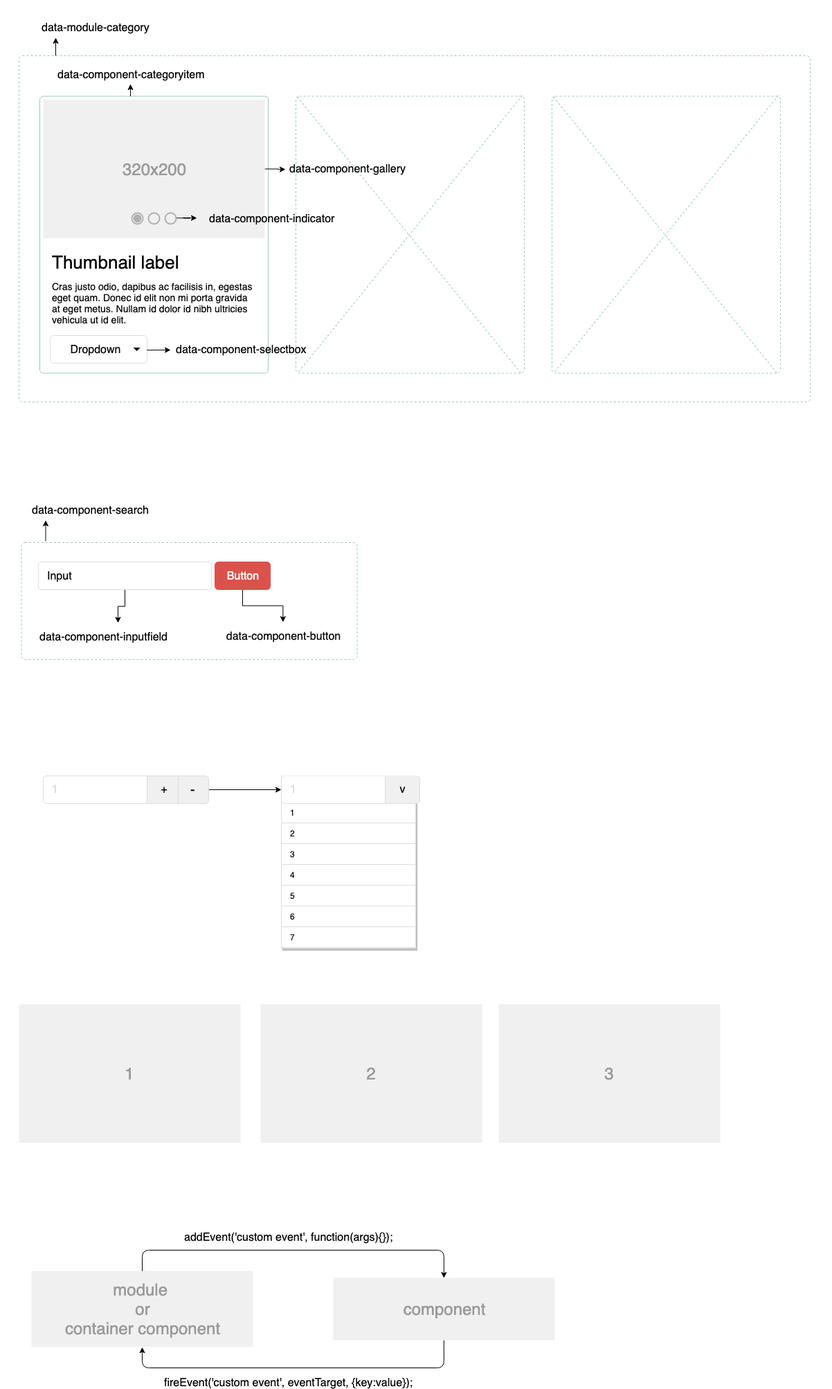
Before: diagram/event-cycle.png, a diagram exported from draw.io (leejunho84/scalableJavascriptApp-typescript). Source tidied: cells renumbered, new cells last; positions are measured from the earlier drawing's top-left corner, leaving out a move shared by most shapes.
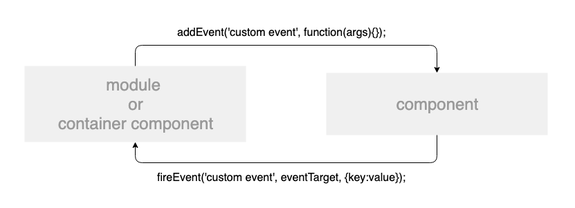
Later version of the same file.

Change to the diagram source:
```diff
@@ -1,228 +1,13 @@
 <mxGraphModel background="#ffffff">
   <root>
-    <mxCell id="0" style="html=1;" />
+    <mxCell id="0" />
-    <mxCell id="1" style="html=1;" parent="0" />
+    <mxCell id="1" parent="0" />
-    <mxCell id="2" style="html=1;shadow=0;dashed=1;shape=mxgraph.bootstrap.rrect;fillColor=#ffffff;rSize=5;strokeColor=none;fontSize=16;fontColor=#000000;" parent="1" vertex="1">
-      <mxGeometry x="10" y="1041" width="1130" height="360" as="geometry" />
-    </mxCell>
-    <mxCell id="3" style="html=1;shadow=0;dashed=0;shape=mxgraph.bootstrap.rect;fillColor=#ffffff;strokeColor=#dddddd;spacingLeft=10;shadow=1;align=left;verticalAlign=top;spacingTop=3;perimeter=none;fontSize=20;" parent="1" vertex="1">
-      <mxGeometry x="406" y="1110" width="194" height="259" as="geometry" />
-    </mxCell>
-    <mxCell id="4" value="Search..." style="html=1;shadow=0;dashed=0;shape=mxgraph.bootstrap.rrect;rSize=5;strokeColor=#dddddd;spacingLeft=10;align=left;fontColor=#dddddd;whiteSpace=wrap;" parent="3" vertex="1">
-      <mxGeometry width="181.07" height="30" relative="1" as="geometry">
-        <mxPoint x="10" y="9" as="offset" />
-      </mxGeometry>
-    </mxCell>
-    <mxCell id="5" value="1" style="html=1;shadow=0;dashed=0;shape=mxgraph.bootstrap.rect;strokeColor=#dddddd;spacingLeft=10;align=left;fillColor=none;perimeter=none;whiteSpace=wrap;" parent="3" vertex="1">
-      <mxGeometry width="194" height="30" relative="1" as="geometry">
-        <mxPoint y="48" as="offset" />
-      </mxGeometry>
-    </mxCell>
-    <mxCell id="6" value="2" style="html=1;shadow=0;dashed=0;shape=mxgraph.bootstrap.rect;strokeColor=#dddddd;spacingLeft=10;align=left;fontStyle=0;fillColor=none;perimeter=none;whiteSpace=wrap;" parent="3" vertex="1">
-      <mxGeometry width="194" height="30" relative="1" as="geometry">
-        <mxPoint y="78" as="offset" />
-      </mxGeometry>
-    </mxCell>
-    <mxCell id="7" value="3" style="html=1;shadow=0;dashed=0;shape=mxgraph.bootstrap.rect;strokeColor=#dddddd;spacingLeft=10;align=left;fillColor=none;perimeter=none;whiteSpace=wrap;" parent="3" vertex="1">
-      <mxGeometry width="194" height="30" relative="1" as="geometry">
-        <mxPoint y="108" as="offset" />
-      </mxGeometry>
-    </mxCell>
-    <mxCell id="8" value="4" style="html=1;shadow=0;dashed=0;shape=mxgraph.bootstrap.rect;strokeColor=#dddddd;spacingLeft=10;align=left;fillColor=none;perimeter=none;whiteSpace=wrap;" parent="3" vertex="1">
-      <mxGeometry width="194" height="30" relative="1" as="geometry">
-        <mxPoint y="138" as="offset" />
-      </mxGeometry>
-    </mxCell>
-    <mxCell id="9" value="5" style="html=1;shadow=0;dashed=0;shape=mxgraph.bootstrap.rect;strokeColor=#dddddd;spacingLeft=10;align=left;fillColor=none;perimeter=none;whiteSpace=wrap;" parent="3" vertex="1">
-      <mxGeometry width="194" height="30" relative="1" as="geometry">
-        <mxPoint y="168" as="offset" />
-      </mxGeometry>
-    </mxCell>
-    <mxCell id="10" value="6" style="html=1;shadow=0;dashed=0;shape=mxgraph.bootstrap.rect;strokeColor=#dddddd;spacingLeft=10;align=left;fillColor=none;perimeter=none;whiteSpace=wrap;" parent="3" vertex="1">
-      <mxGeometry width="194" height="30" relative="1" as="geometry">
-        <mxPoint y="198" as="offset" />
-      </mxGeometry>
-    </mxCell>
-    <mxCell id="11" value="7" style="html=1;shadow=0;dashed=0;shape=mxgraph.bootstrap.rect;strokeColor=#dddddd;spacingLeft=10;align=left;fillColor=none;perimeter=none;whiteSpace=wrap;" parent="3" vertex="1">
-      <mxGeometry width="194" height="30" relative="1" as="geometry">
-        <mxPoint y="228" as="offset" />
-      </mxGeometry>
-    </mxCell>
-    <mxCell id="12" style="html=1;shadow=0;dashed=1;shape=mxgraph.bootstrap.rrect;fillColor=#ffffff;rSize=5;strokeColor=none;fontSize=16;fontColor=#000000;" parent="1" vertex="1">
-      <mxGeometry y="700" width="560" height="290" as="geometry" />
-    </mxCell>
-    <mxCell id="13" style="html=1;shadow=0;dashed=1;shape=mxgraph.bootstrap.rrect;fillColor=#ffffff;rSize=5;strokeColor=none;fontSize=16;fontColor=#000000;" parent="1" vertex="1">
-      <mxGeometry width="1200" height="610" as="geometry" />
-    </mxCell>
-    <mxCell id="14" style="html=1;shadow=0;dashed=1;shape=mxgraph.bootstrap.rrect;fillColor=none;rSize=5;strokeColor=#9AC7BF;fontSize=16;fontColor=#000000;" parent="1" vertex="1">
-      <mxGeometry x="27" y="80" width="1143" height="500" as="geometry" />
-    </mxCell>
-    <mxCell id="15" value="data-module-category" style="html=1;shadow=0;dashed=0;shape=mxgraph.bootstrap.rrect;fillColor=none;rSize=5;strokeColor=none;fontSize=16;fontColor=#000000;" parent="1" vertex="1">
-      <mxGeometry x="38" y="24" width="200" height="30" as="geometry" />
-    </mxCell>
-    <mxCell id="16" style="html=1;shadow=0;dashed=1;shape=mxgraph.bootstrap.rrect;fillColor=#ffffff;rSize=5;strokeColor=#9AC7BF;fontSize=16;fontColor=#000000;" parent="1" vertex="1">
-      <mxGeometry x="427" y="138.5" width="330" height="400" as="geometry" />
-    </mxCell>
-    <mxCell id="17" style="line;strokeWidth=1;direction=south;html=1;fillColor=#ffffff;fontSize=16;fontColor=#000000;rotation=-39;strokeColor=#9AC7BF;dashed=1;" parent="1" vertex="1">
-      <mxGeometry x="586" y="82" width="10" height="515" as="geometry" />
-    </mxCell>
-    <mxCell id="18" style="edgeStyle=orthogonalEdgeStyle;rounded=0;jettySize=auto;html=1;fontSize=23;fontColor=#E1D5E7;" parent="1" edge="1" source="19" target="20">
-      <mxGeometry relative="1" as="geometry" />
-    </mxCell>
-    <mxCell id="19" value="Button" style="html=1;shadow=0;dashed=0;shape=mxgraph.bootstrap.rrect;rSize=5;fillColor=#DB524C;align=center;strokeColor=#DB524C;fontColor=#ffffff;fontSize=16;whiteSpace=wrap;" parent="1" vertex="1">
-      <mxGeometry x="310" y="811" width="80" height="40" as="geometry" />
-    </mxCell>
-    <mxCell id="20" value="data-component-button" style="html=1;shadow=0;dashed=0;shape=mxgraph.bootstrap.rrect;rSize=5;fillColor=none;align=center;strokeColor=none;fontColor=#000000;fontSize=16;whiteSpace=wrap;" parent="1" vertex="1">
-      <mxGeometry x="311" y="898" width="195" height="40" as="geometry" />
-    </mxCell>
-    <mxCell id="21" style="edgeStyle=orthogonalEdgeStyle;rounded=0;jettySize=auto;html=1;fontSize=23;fontColor=#E1D5E7;" parent="1" edge="1" source="22" target="23">
-      <mxGeometry relative="1" as="geometry" />
-    </mxCell>
-    <mxCell id="22" value="Input" style="html=1;shadow=0;dashed=0;shape=mxgraph.bootstrap.rrect;rSize=5;fillColor=#ffffff;strokeColor=#dddddd;fontSize=16;align=left;spacingLeft=10;whiteSpace=wrap;" parent="1" vertex="1">
-      <mxGeometry x="55" y="811" width="250" height="40" as="geometry" />
-    </mxCell>
-    <mxCell id="23" value="data-component-inputfield" style="html=1;shadow=0;dashed=0;shape=mxgraph.bootstrap.rrect;rSize=5;fillColor=none;strokeColor=none;fontSize=16;align=left;spacingLeft=10;whiteSpace=wrap;" parent="1" vertex="1">
-      <mxGeometry x="45" y="899" width="250" height="40" as="geometry" />
-    </mxCell>
-    <mxCell id="24" style="html=1;shadow=0;dashed=0;shape=mxgraph.bootstrap.rrect;fillColor=#ffffff;rSize=5;strokeColor=#9AC7BF;fontSize=16;fontColor=#000000;" parent="1" vertex="1">
-      <mxGeometry x="57" y="138.5" width="330" height="400" as="geometry" />
-    </mxCell>
-    <mxCell id="25" style="edgeStyle=orthogonalEdgeStyle;rounded=0;jettySize=auto;html=1;fontSize=16;fontColor=#000000;" parent="24" edge="1" source="26">
-      <mxGeometry relative="1" as="geometry">
-        <mxPoint x="355" y="105.5" as="targetPoint" />
-      </mxGeometry>
-    </mxCell>
-    <mxCell id="26" value="320x200" style="shape=rect;fontSize=24;fillColor=#f0f0f0;strokeColor=none;fontColor=#999999;whiteSpace=wrap;" parent="24" vertex="1">
-      <mxGeometry x="5" y="5" width="320" height="200" as="geometry" />
-    </mxCell>
-    <mxCell id="27" value="Thumbnail label" style="html=1;shadow=0;dashed=0;shape=mxgraph.bootstrap.anchor;fontSize=26;align=left;whiteSpace=wrap;" parent="24" vertex="1">
-      <mxGeometry x="15" y="220" width="300" height="40" as="geometry" />
-    </mxCell>
-    <mxCell id="28" value="Cras justo odio, dapibus ac facilisis in, egestas eget quam. Donec id elit non mi porta gravida at eget metus. Nullam id dolor id nibh ultricies vehicula ut id elit." style="html=1;shadow=0;dashed=0;shape=mxgraph.bootstrap.anchor;strokeColor=#dddddd;whiteSpace=wrap;align=left;verticalAlign=top;fontSize=14;whiteSpace=wrap;" parent="24" vertex="1">
-      <mxGeometry x="15" y="260" width="300" height="80" as="geometry" />
-    </mxCell>
-    <mxCell id="29" style="shape=ellipse;labelPosition=right;align=left;strokeColor=none;fillColor=none;opacity=10;fontSize=16;fontColor=#000000;" parent="24" vertex="1">
-      <mxGeometry x="117" y="152" width="48" height="48" as="geometry" />
-    </mxCell>
-    <mxCell id="30" style="dashed=0;labelPosition=right;align=left;shape=mxgraph.gmdl.radiobutton;strokeColor=#B0B0B0;fillColor=#B0B0B0;strokeWidth=2;" parent="29" vertex="1">
-      <mxGeometry x="16" y="16" width="16" height="16" as="geometry" />
-    </mxCell>
-    <mxCell id="31" style="shape=ellipse;labelPosition=right;align=left;strokeColor=none;fillColor=none;opacity=10;fontSize=16;fontColor=#000000;" parent="24" vertex="1">
-      <mxGeometry x="141" y="152" width="48" height="48" as="geometry" />
-    </mxCell>
-    <mxCell id="32" style="dashed=0;labelPosition=right;align=left;shape=mxgraph.gmdl.radiobutton;strokeColor=#B0B0B0;fillColor=none;strokeWidth=2;" parent="31" vertex="1">
-      <mxGeometry x="16" y="16" width="16" height="16" as="geometry" />
-    </mxCell>
-    <mxCell id="33" style="shape=ellipse;labelPosition=right;align=left;strokeColor=none;fillColor=none;opacity=10;fontSize=16;fontColor=#000000;" parent="24" vertex="1">
-      <mxGeometry x="165" y="152" width="48" height="48" as="geometry" />
-    </mxCell>
-    <mxCell id="34" style="edgeStyle=orthogonalEdgeStyle;rounded=0;jettySize=auto;html=1;fontSize=16;fontColor=#000000;" parent="33" edge="1" source="35" target="36">
-      <mxGeometry relative="1" as="geometry" />
-    </mxCell>
-    <mxCell id="35" style="dashed=0;labelPosition=right;align=left;shape=mxgraph.gmdl.radiobutton;strokeColor=#B0B0B0;fillColor=none;strokeWidth=2;" parent="33" vertex="1">
-      <mxGeometry x="16" y="16" width="16" height="16" as="geometry" />
-    </mxCell>
-    <mxCell id="36" value="data-component-indicator" style="dashed=0;labelPosition=right;align=left;shape=mxgraph.gmdl.radiobutton;strokeColor=none;fillColor=none;strokeWidth=2;fontSize=16;" parent="33" vertex="1">
-      <mxGeometry x="62" y="16" width="16" height="16" as="geometry" />
-    </mxCell>
-    <mxCell id="37" value="Dropdown" style="html=1;shadow=0;dashed=0;shape=mxgraph.bootstrap.rrect;rSize=5;strokeColor=#dddddd;spacingRight=10;fontSize=16;whiteSpace=wrap;fillColor=#ffffff;align=center;" parent="24" vertex="1">
-      <mxGeometry x="15" y="345.5" width="140" height="40" as="geometry" />
-    </mxCell>
-    <mxCell id="38" style="shape=triangle;direction=south;fillColor=#000000;strokeColor=none;perimeter=none;" parent="37" vertex="1">
-      <mxGeometry x="1" y="0.5" width="10" height="5" relative="1" as="geometry">
-        <mxPoint x="-20" y="-2.5" as="offset" />
-      </mxGeometry>
-    </mxCell>
-    <mxCell id="39" value="data-component-categoryitem" style="html=1;shadow=0;dashed=0;shape=mxgraph.bootstrap.rrect;fillColor=none;rSize=5;strokeColor=none;fontSize=16;fontColor=#000000;" parent="1" vertex="1">
-      <mxGeometry x="71.5" y="94.5" width="235" height="25" as="geometry" />
-    </mxCell>
-    <mxCell id="40" value="data-component-gallery" style="html=1;shadow=0;dashed=0;shape=mxgraph.bootstrap.rrect;fillColor=none;rSize=5;strokeColor=none;fontSize=16;fontColor=#000000;" parent="1" vertex="1">
-      <mxGeometry x="403.5" y="231" width="197" height="25" as="geometry" />
-    </mxCell>
-    <mxCell id="41" value="data-component-selectbox" style="html=1;shadow=0;dashed=0;shape=mxgraph.bootstrap.rrect;fillColor=none;rSize=5;strokeColor=none;fontSize=16;fontColor=#000000;" parent="1" vertex="1">
-      <mxGeometry x="246" y="492" width="204" height="25" as="geometry" />
-    </mxCell>
-    <mxCell id="42" style="line;strokeWidth=1;direction=south;html=1;fillColor=#ffffff;fontSize=16;fontColor=#000000;rotation=39;strokeColor=#9AC7BF;dashed=1;" parent="1" vertex="1">
-      <mxGeometry x="587" y="80" width="10" height="515" as="geometry" />
-    </mxCell>
-    <mxCell id="43" style="endArrow=classic;html=1;fontSize=16;fontColor=#000000;" parent="1" edge="1">
-      <mxGeometry relative="1" as="geometry">
-        <mxPoint x="188" y="138.5" as="sourcePoint" />
-        <mxPoint x="188" y="121" as="targetPoint" />
-      </mxGeometry>
-    </mxCell>
-    <mxCell id="44" style="endArrow=classic;html=1;fontSize=16;fontColor=#000000;entryX=0.21;entryY=1.077;entryDx=0;entryDy=0;entryPerimeter=0;" parent="1" edge="1">
-      <mxGeometry relative="1" as="geometry">
-        <mxPoint x="80" y="80" as="sourcePoint" />
-        <mxPoint x="80" y="54" as="targetPoint" />
-      </mxGeometry>
-    </mxCell>
-    <mxCell id="45" style="html=1;shadow=0;dashed=1;shape=mxgraph.bootstrap.rrect;fillColor=none;rSize=5;strokeColor=#9AC7BF;fontSize=16;fontColor=#000000;" parent="1" vertex="1">
-      <mxGeometry x="30.5" y="783" width="485" height="169" as="geometry" />
-    </mxCell>
-    <mxCell id="46" value="data-component-search" style="html=1;shadow=0;dashed=0;shape=mxgraph.bootstrap.rrect;fillColor=none;rSize=5;strokeColor=none;fontSize=16;fontColor=#000000;" parent="1" vertex="1">
-      <mxGeometry x="28" y="720" width="205" height="32" as="geometry" />
-    </mxCell>
-    <mxCell id="47" style="endArrow=classic;html=1;fontSize=16;fontColor=#000000;" parent="1" edge="1">
-      <mxGeometry relative="1" as="geometry">
-        <mxPoint x="65.5" y="781" as="sourcePoint" />
-        <mxPoint x="65.5" y="751" as="targetPoint" />
-      </mxGeometry>
-    </mxCell>
-    <mxCell id="48" style="html=1;shadow=0;dashed=1;shape=mxgraph.bootstrap.rrect;fillColor=#ffffff;rSize=5;strokeColor=#9AC7BF;fontSize=16;fontColor=#000000;" parent="1" vertex="1">
-      <mxGeometry x="797" y="138.5" width="330" height="400" as="geometry" />
-    </mxCell>
-    <mxCell id="49" style="line;strokeWidth=1;direction=south;html=1;fillColor=#ffffff;fontSize=16;fontColor=#000000;rotation=-39;strokeColor=#9AC7BF;dashed=1;" parent="1" vertex="1">
-      <mxGeometry x="956" y="82" width="10" height="515" as="geometry" />
-    </mxCell>
-    <mxCell id="50" style="line;strokeWidth=1;direction=south;html=1;fillColor=#ffffff;fontSize=16;fontColor=#000000;rotation=39;strokeColor=#9AC7BF;dashed=1;" parent="1" vertex="1">
-      <mxGeometry x="957" y="80" width="10" height="515" as="geometry" />
-    </mxCell>
-    <mxCell id="51" value="1" style="shape=rect;fontSize=24;fillColor=#f0f0f0;strokeColor=none;fontColor=#999999;whiteSpace=wrap;" parent="1" vertex="1">
-      <mxGeometry x="27" y="1450" width="320" height="200" as="geometry" />
-    </mxCell>
-    <mxCell id="52" value="2" style="shape=rect;fontSize=24;fillColor=#f0f0f0;strokeColor=none;fontColor=#999999;whiteSpace=wrap;" parent="1" vertex="1">
-      <mxGeometry x="376" y="1450" width="320" height="200" as="geometry" />
-    </mxCell>
-    <mxCell id="53" value="3" style="shape=rect;fontSize=24;fillColor=#f0f0f0;strokeColor=none;fontColor=#999999;whiteSpace=wrap;" parent="1" vertex="1">
-      <mxGeometry x="720" y="1450" width="320" height="200" as="geometry" />
-    </mxCell>
-    <mxCell id="54" style="edgeStyle=orthogonalEdgeStyle;rounded=0;jettySize=auto;html=1;fontSize=20;" parent="1" edge="1" source="55" target="57">
-      <mxGeometry relative="1" as="geometry" />
-    </mxCell>
-    <mxCell id="55" value="1" style="html=1;shadow=0;dashed=0;shape=mxgraph.bootstrap.rrect;fillColor=#ffffff;rSize=5;strokeColor=#dddddd;spacingLeft=10;fontSize=16;align=left;fontColor=#dddddd;whiteSpace=wrap;" parent="1" vertex="1">
-      <mxGeometry x="62" y="1120" width="200" height="40" as="geometry" />
-    </mxCell>
-    <mxCell id="56" value="+" style="html=1;shadow=0;dashed=0;shape=mxgraph.bootstrap.rightButton;rSize=5;strokeColor=#dddddd;fillColor=#f0f0f0;fontSize=16;whiteSpace=wrap;" parent="55" vertex="1">
-      <mxGeometry x="1" width="50" height="40" relative="1" as="geometry">
-        <mxPoint x="-50" as="offset" />
-      </mxGeometry>
-    </mxCell>
-    <mxCell id="57" value="1" style="html=1;shadow=0;dashed=0;shape=mxgraph.bootstrap.rrect;fillColor=#ffffff;rSize=5;strokeColor=#dddddd;spacingLeft=10;fontSize=16;align=left;fontColor=#dddddd;whiteSpace=wrap;" parent="1" vertex="1">
-      <mxGeometry x="406" y="1120" width="200" height="40" as="geometry" />
-    </mxCell>
-    <mxCell id="58" value="v" style="html=1;shadow=0;dashed=0;shape=mxgraph.bootstrap.rightButton;rSize=5;strokeColor=#dddddd;fillColor=#f0f0f0;fontSize=16;whiteSpace=wrap;" parent="57" vertex="1">
-      <mxGeometry x="1" width="50" height="40" relative="1" as="geometry">
-        <mxPoint x="-50" as="offset" />
-      </mxGeometry>
-    </mxCell>
-    <mxCell id="59" style="html=1;shadow=0;dashed=0;shape=mxgraph.bootstrap.rightButton;rSize=5;strokeColor=#dddddd;fillColor=#f0f0f0;fontSize=16;whiteSpace=wrap;" parent="1" vertex="1">
-      <mxGeometry x="257" y="1120" width="44" height="40" as="geometry">
-        <mxPoint x="-50" as="offset" />
-      </mxGeometry>
-    </mxCell>
-    <mxCell id="60" value="-" style="html=1;shadow=0;dashed=0;shape=mxgraph.bootstrap.rrect;fillColor=none;rSize=5;strokeColor=none;fontSize=20;fontColor=#000000;" parent="1" vertex="1">
-      <mxGeometry x="272" y="1127.5" width="13" height="25" as="geometry" />
-    </mxCell>
-    <mxCell id="61" style="html=1;shadow=0;dashed=1;shape=mxgraph.bootstrap.rrect;fillColor=#ffffff;rSize=5;strokeColor=none;fontSize=16;fontColor=#000000;" parent="1" vertex="1">
-      <mxGeometry x="403.5" y="1080" width="270" height="40" as="geometry" />
-    </mxCell>
+    <mxCell id="69" style="html=1;shadow=0;dashed=1;shape=mxgraph.bootstrap.rrect;fillColor=#ffffff;rSize=5;strokeColor=none;fontSize=16;fontColor=#000000;" parent="1" vertex="1">
+      <mxGeometry x="10" y="1740" width="830" height="300" as="geometry" />
+    </mxCell>
     <mxCell id="62" value="module &#10;or&#10;container component" style="shape=rect;fontSize=24;fillColor=#f0f0f0;strokeColor=none;fontColor=#999999;whiteSpace=wrap;" parent="1" vertex="1">
       <mxGeometry x="45" y="1835" width="320" height="110" as="geometry" />
     </mxCell>
-    <mxCell id="63" style="endArrow=classic;html=1;exitX=0.998;exitY=0.529;exitDx=0;exitDy=0;exitPerimeter=0;" parent="1" edge="1" source="37" target="41">
-      <mxGeometry relative="1" as="geometry" />
-    </mxCell>
     <mxCell id="64" value="component" style="shape=rect;fontSize=24;fillColor=#f0f0f0;strokeColor=none;fontColor=#999999;whiteSpace=wrap;" parent="1" vertex="1">
       <mxGeometry x="481" y="1845" width="320" height="90" as="geometry" />
     </mxCell>
```
